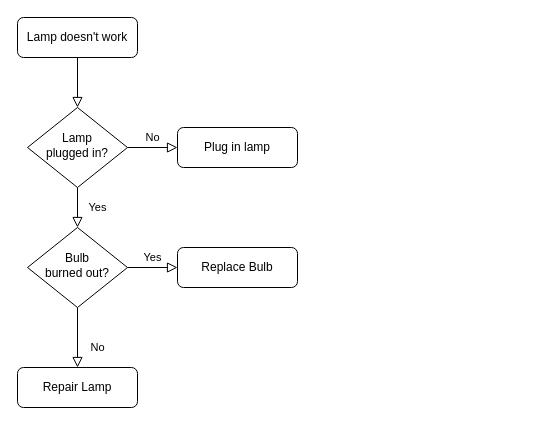
Before: 未命名圖表.drawio in kevin3747118/ALZK, a draw.io diagram. Source tidied: cells renumbered, new cells numbered last; positions are measured from the earlier drawing's top-left corner, leaving out a move shared by most shapes. Both pictures are drawn from the tidied source at 100%, with x=0, y=0 at pixel (17, 17).
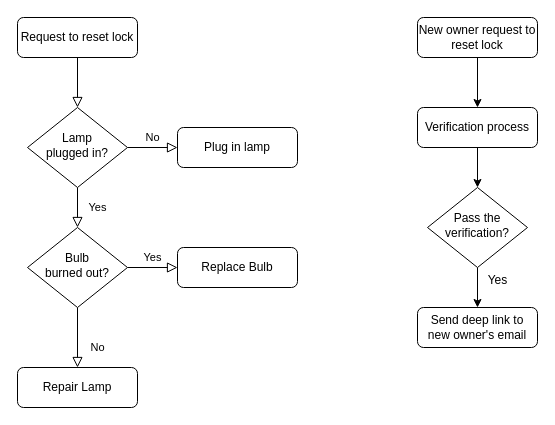
The same diagram, later.

Commit message (it also covers changes not shown here):
更新未命名圖表.drawio

Diff of the diagram source:
```diff
@@
-    <mxCell id="3" value="Lamp doesn't work" style="rounded=1;whiteSpace=wrap;html=1;fontSize=12;glass=0;strokeWidth=1;shadow=0;" parent="1" vertex="1">
+    <mxCell id="3" value="Request to reset lock" style="rounded=1;whiteSpace=wrap;html=1;fontSize=12;glass=0;strokeWidth=1;shadow=0;" parent="1" vertex="1">
       <mxGeometry width="120" height="40" as="geometry" />
     </mxCell>
@@
+    <mxCell id="13" style="edgeStyle=orthogonalEdgeStyle;rounded=0;jettySize=auto;html=1;exitX=0.5;exitY=1;exitDx=0;exitDy=0;entryX=0.5;entryY=0;entryDx=0;entryDy=0;" parent="1" edge="1" source="14" target="16">
+      <mxGeometry relative="1" as="geometry" />
+    </mxCell>
+    <mxCell id="14" value="New owner request to reset lock" style="rounded=1;whiteSpace=wrap;html=1;fontSize=12;glass=0;strokeWidth=1;shadow=0;" parent="1" vertex="1">
+      <mxGeometry x="400" width="120" height="40" as="geometry" />
+    </mxCell>
+    <mxCell id="15" style="edgeStyle=orthogonalEdgeStyle;rounded=0;jettySize=auto;html=1;exitX=0.5;exitY=1;exitDx=0;exitDy=0;" parent="1" edge="1" source="16" target="18">
+      <mxGeometry relative="1" as="geometry" />
+    </mxCell>
+    <mxCell id="16" value="Verification process" style="rounded=1;whiteSpace=wrap;html=1;fontSize=12;glass=0;strokeWidth=1;shadow=0;" parent="1" vertex="1">
+      <mxGeometry x="400" y="90" width="120" height="40" as="geometry" />
+    </mxCell>
+    <mxCell id="17" style="edgeStyle=orthogonalEdgeStyle;rounded=0;jettySize=auto;html=1;exitX=0.5;exitY=1;exitDx=0;exitDy=0;entryX=0.5;entryY=0;entryDx=0;entryDy=0;" parent="1" edge="1" source="18" target="19">
+      <mxGeometry relative="1" as="geometry" />
+    </mxCell>
+    <mxCell id="18" value="Pass the verification?" style="rhombus;whiteSpace=wrap;html=1;shadow=0;fontFamily=Helvetica;fontSize=12;align=center;strokeWidth=1;spacing=6;spacingTop=-4;" parent="1" vertex="1">
+      <mxGeometry x="410" y="170" width="100" height="80" as="geometry" />
+    </mxCell>
+    <mxCell id="19" value="Send deep link to new owner's email" style="rounded=1;whiteSpace=wrap;html=1;fontSize=12;glass=0;strokeWidth=1;shadow=0;" parent="1" vertex="1">
+      <mxGeometry x="400" y="290" width="120" height="40" as="geometry" />
+    </mxCell>
+    <mxCell id="20" value="Yes" style="text;html=1;align=center;verticalAlign=middle;strokeColor=none;fillColor=none;" parent="1" vertex="1">
+      <mxGeometry x="460" y="248" width="40" height="30" as="geometry" />
+    </mxCell>
```
